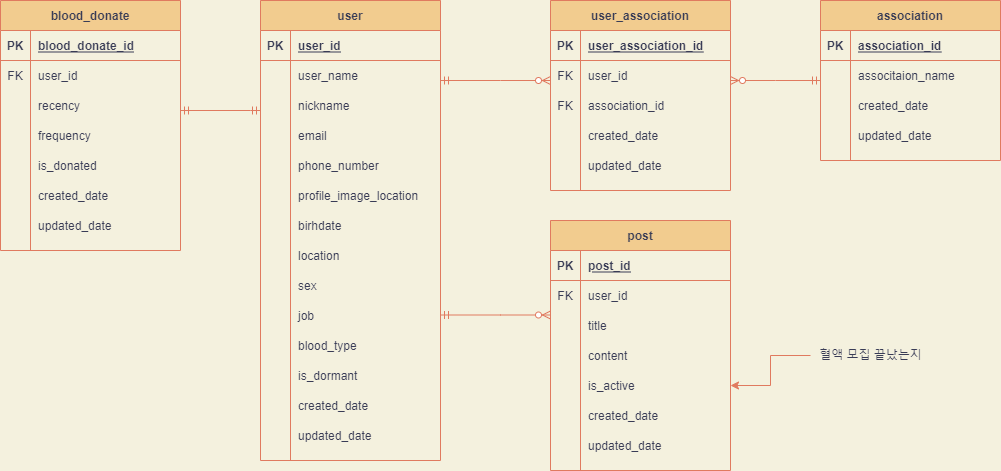
Before: Untitled Diagram.drawio.png, a diagram exported from draw.io (CYC0227/lab). Source tidied: cells renumbered, new cells last; positions are measured from the earlier drawing's top-left corner, leaving out a move shared by most shapes.
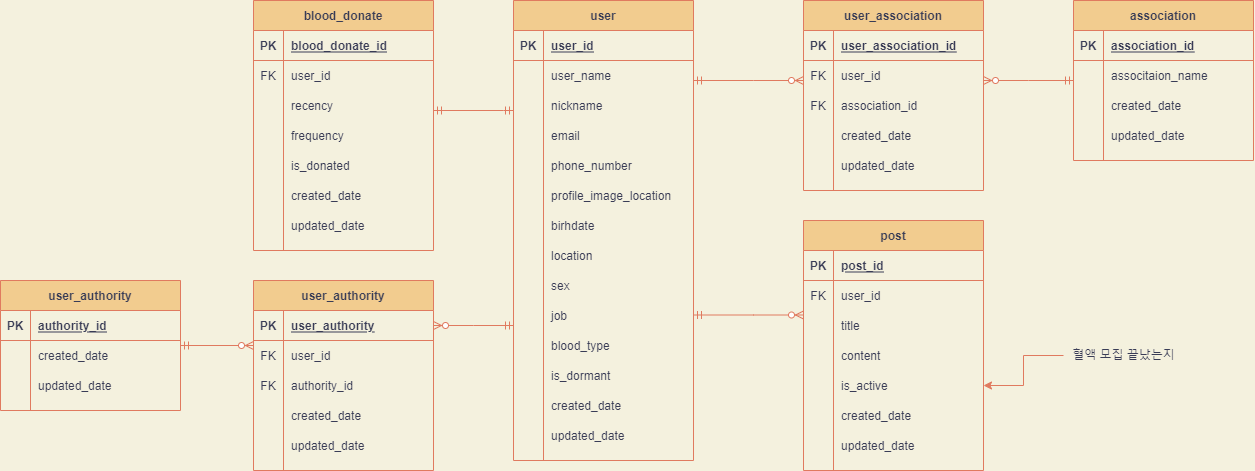
The same file after the commit.

Change to the diagram source:
```diff
@@ -387,5 +387,100 @@
         </Array>
       </mxGeometry>
     </mxCell>
+    <mxCell id="124" value="user_authority" style="shape=table;startSize=30;rowLines=0;fontStyle=1;align=center;fillColor=#F2CC8F;strokeColor=#E07A5F;fontColor=#393C56;" parent="1" vertex="1">
+      <mxGeometry y="280" width="180" height="190" as="geometry" />
+    </mxCell>
+    <mxCell id="125" style="shape=partialRectangle;fillColor=none;top=0;left=0;bottom=1;right=0;points=[[0,0.5],[1,0.5]];portConstraint=eastwest;strokeColor=#E07A5F;fontColor=#393C56;" parent="124" vertex="1">
+      <mxGeometry y="30" width="180" height="30" as="geometry" />
+    </mxCell>
+    <mxCell id="126" value="PK" style="shape=partialRectangle;fillColor=none;top=0;left=0;bottom=0;right=0;fontStyle=1;overflow=hidden;strokeColor=#E07A5F;fontColor=#393C56;" parent="125" vertex="1">
+      <mxGeometry width="30" height="30" as="geometry" />
+    </mxCell>
+    <mxCell id="127" value="user_authority" style="shape=partialRectangle;fillColor=none;top=0;left=0;bottom=0;right=0;align=left;spacingLeft=6;fontStyle=5;overflow=hidden;strokeColor=#E07A5F;fontColor=#393C56;" parent="125" vertex="1">
+      <mxGeometry x="30" width="150" height="30" as="geometry" />
+    </mxCell>
+    <mxCell id="128" style="shape=partialRectangle;fillColor=none;top=0;left=0;bottom=0;right=0;strokeColor=#E07A5F;fontColor=#393C56;" parent="124" vertex="1">
+      <mxGeometry y="60" width="180" height="30" as="geometry" />
+    </mxCell>
+    <mxCell id="129" value="FK" style="shape=partialRectangle;fillColor=none;top=0;left=0;bottom=0;right=0;overflow=hidden;strokeColor=#E07A5F;fontColor=#393C56;" parent="128" vertex="1">
+      <mxGeometry width="30" height="30" as="geometry" />
+    </mxCell>
+    <mxCell id="130" value="user_id" style="shape=partialRectangle;fillColor=none;top=0;left=0;bottom=0;right=0;align=left;spacingLeft=6;overflow=hidden;strokeColor=#E07A5F;fontColor=#393C56;" parent="128" vertex="1">
+      <mxGeometry x="30" width="150" height="30" as="geometry" />
+    </mxCell>
+    <mxCell id="131" style="shape=partialRectangle;fillColor=none;top=0;left=0;bottom=0;right=0;strokeColor=#E07A5F;fontColor=#393C56;" parent="124" vertex="1">
+      <mxGeometry y="90" width="180" height="30" as="geometry" />
+    </mxCell>
+    <mxCell id="132" value="FK" style="shape=partialRectangle;fillColor=none;top=0;left=0;bottom=0;right=0;overflow=hidden;strokeColor=#E07A5F;fontColor=#393C56;" parent="131" vertex="1">
+      <mxGeometry width="30" height="30" as="geometry" />
+    </mxCell>
+    <mxCell id="133" value="authority_id" style="shape=partialRectangle;fillColor=none;top=0;left=0;bottom=0;right=0;align=left;spacingLeft=6;overflow=hidden;strokeColor=#E07A5F;fontColor=#393C56;" parent="131" vertex="1">
+      <mxGeometry x="30" width="150" height="30" as="geometry" />
+    </mxCell>
+    <mxCell id="134" style="shape=partialRectangle;fillColor=none;top=0;left=0;bottom=0;right=0;strokeColor=#E07A5F;fontColor=#393C56;" parent="124" vertex="1">
+      <mxGeometry y="120" width="180" height="30" as="geometry" />
+    </mxCell>
+    <mxCell id="135" style="shape=partialRectangle;fillColor=none;top=0;left=0;bottom=0;right=0;overflow=hidden;strokeColor=#E07A5F;fontColor=#393C56;" parent="134" vertex="1">
+      <mxGeometry width="30" height="30" as="geometry" />
+    </mxCell>
+    <mxCell id="136" value="created_date" style="shape=partialRectangle;fillColor=none;top=0;left=0;bottom=0;right=0;align=left;spacingLeft=6;overflow=hidden;strokeColor=#E07A5F;fontColor=#393C56;" parent="134" vertex="1">
+      <mxGeometry x="30" width="150" height="30" as="geometry" />
+    </mxCell>
+    <mxCell id="137" style="shape=partialRectangle;fillColor=none;top=0;left=0;bottom=0;right=0;strokeColor=#E07A5F;fontColor=#393C56;" parent="124" vertex="1">
+      <mxGeometry y="150" width="180" height="30" as="geometry" />
+    </mxCell>
+    <mxCell id="138" style="shape=partialRectangle;fillColor=none;top=0;left=0;bottom=0;right=0;overflow=hidden;strokeColor=#E07A5F;fontColor=#393C56;" parent="137" vertex="1">
+      <mxGeometry width="30" height="30" as="geometry" />
+    </mxCell>
+    <mxCell id="139" value="updated_date" style="shape=partialRectangle;fillColor=none;top=0;left=0;bottom=0;right=0;align=left;spacingLeft=6;overflow=hidden;strokeColor=#E07A5F;fontColor=#393C56;" parent="137" vertex="1">
+      <mxGeometry x="30" width="150" height="30" as="geometry" />
+    </mxCell>
+    <mxCell id="140" value="user_authority" style="shape=table;startSize=30;rowLines=0;fontStyle=1;align=center;fillColor=#F2CC8F;strokeColor=#E07A5F;fontColor=#393C56;" parent="1" vertex="1">
+      <mxGeometry x="-253" y="280" width="180" height="130" as="geometry" />
+    </mxCell>
+    <mxCell id="141" style="shape=partialRectangle;fillColor=none;top=0;left=0;bottom=1;right=0;strokeColor=#E07A5F;fontColor=#393C56;" parent="140" vertex="1">
+      <mxGeometry y="30" width="180" height="30" as="geometry" />
+    </mxCell>
+    <mxCell id="142" value="PK" style="shape=partialRectangle;fillColor=none;top=0;left=0;bottom=0;right=0;fontStyle=1;overflow=hidden;strokeColor=#E07A5F;fontColor=#393C56;" parent="141" vertex="1">
+      <mxGeometry width="30" height="30" as="geometry" />
+    </mxCell>
+    <mxCell id="143" value="authority_id" style="shape=partialRectangle;fillColor=none;top=0;left=0;bottom=0;right=0;align=left;spacingLeft=6;fontStyle=5;overflow=hidden;strokeColor=#E07A5F;fontColor=#393C56;" parent="141" vertex="1">
+      <mxGeometry x="30" width="150" height="30" as="geometry" />
+    </mxCell>
+    <mxCell id="144" style="shape=partialRectangle;fillColor=none;top=0;left=0;bottom=0;right=0;strokeColor=#E07A5F;fontColor=#393C56;" parent="140" vertex="1">
+      <mxGeometry y="60" width="180" height="30" as="geometry" />
+    </mxCell>
+    <mxCell id="145" style="shape=partialRectangle;fillColor=none;top=0;left=0;bottom=0;right=0;overflow=hidden;strokeColor=#E07A5F;fontColor=#393C56;" parent="144" vertex="1">
+      <mxGeometry width="30" height="30" as="geometry" />
+    </mxCell>
+    <mxCell id="146" value="created_date" style="shape=partialRectangle;fillColor=none;top=0;left=0;bottom=0;right=0;align=left;spacingLeft=6;overflow=hidden;strokeColor=#E07A5F;fontColor=#393C56;" parent="144" vertex="1">
+      <mxGeometry x="30" width="150" height="30" as="geometry" />
+    </mxCell>
+    <mxCell id="147" style="shape=partialRectangle;fillColor=none;top=0;left=0;bottom=0;right=0;strokeColor=#E07A5F;fontColor=#393C56;" parent="140" vertex="1">
+      <mxGeometry y="90" width="180" height="30" as="geometry" />
+    </mxCell>
+    <mxCell id="148" style="shape=partialRectangle;fillColor=none;top=0;left=0;bottom=0;right=0;overflow=hidden;strokeColor=#E07A5F;fontColor=#393C56;" parent="147" vertex="1">
+      <mxGeometry width="30" height="30" as="geometry" />
+    </mxCell>
+    <mxCell id="149" value="updated_date" style="shape=partialRectangle;fillColor=none;top=0;left=0;bottom=0;right=0;align=left;spacingLeft=6;overflow=hidden;strokeColor=#E07A5F;fontColor=#393C56;" parent="147" vertex="1">
+      <mxGeometry x="30" width="150" height="30" as="geometry" />
+    </mxCell>
+    <mxCell id="150" style="fontSize=12;html=1;endArrow=ERzeroToMany;startArrow=ERmandOne;rounded=0;edgeStyle=elbowEdgeStyle;strokeColor=#E07A5F;fontColor=#393C56;labelBackgroundColor=#F4F1DE;" parent="1" edge="1" source="140" target="124">
+      <mxGeometry relative="1" as="geometry">
+        <Array as="points">
+          <mxPoint y="290" />
+          <mxPoint x="-100" y="233.6" />
+        </Array>
+      </mxGeometry>
+    </mxCell>
+    <mxCell id="151" style="fontSize=12;html=1;endArrow=ERzeroToMany;startArrow=ERmandOne;rounded=0;edgeStyle=elbowEdgeStyle;strokeColor=#E07A5F;fontColor=#393C56;labelBackgroundColor=#F4F1DE;" parent="1" edge="1" source="2" target="125">
+      <mxGeometry relative="1" as="geometry">
+        <Array as="points">
+          <mxPoint x="220" y="325" />
+          <mxPoint x="260" y="315" />
+          <mxPoint x="150" y="295" />
+        </Array>
+      </mxGeometry>
+    </mxCell>
   </root>
 </mxGraphModel>
```
